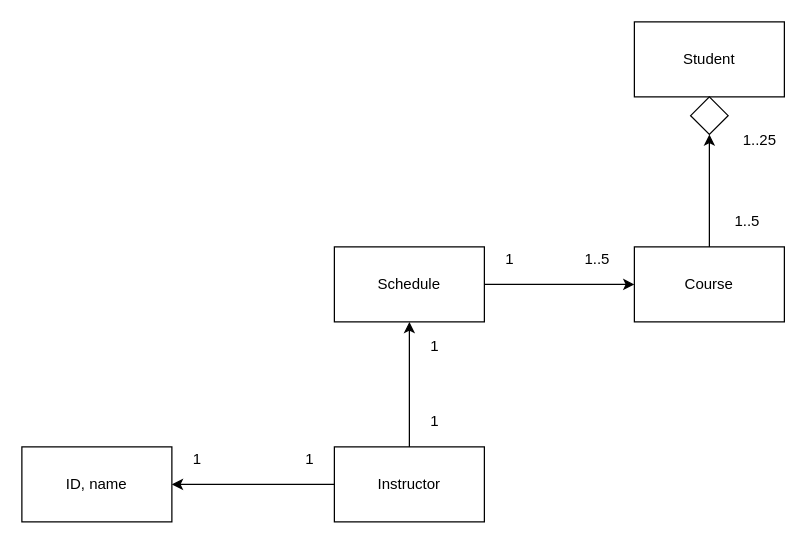
Above: page "Instructor" (3 of 4) of class_diagrams.drawio in peterklem/CURSE (draw.io), before the change. Source tidied: cells renumbered, new cells numbered last; positions are measured from the earlier drawing's top-left corner, leaving out a move shared by most shapes. Both pictures are drawn from the tidied source at 125%, with x=0, y=0 at pixel (21, 21).
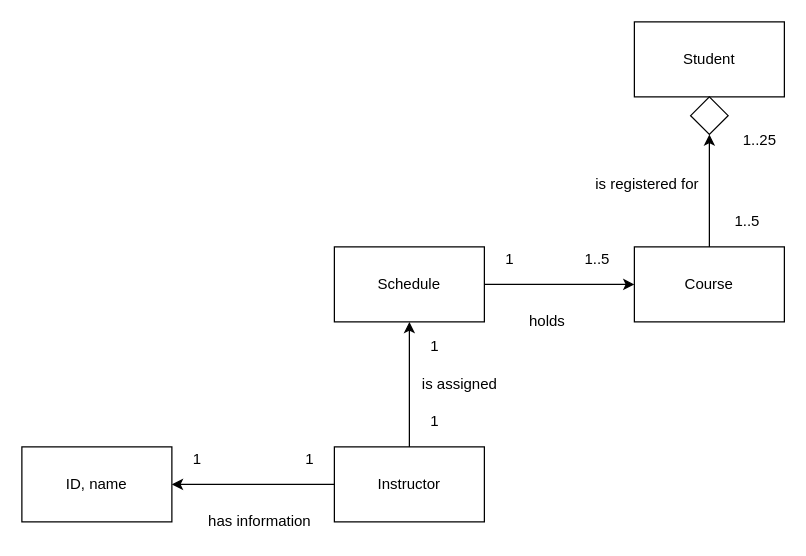
The same page after the edit.

Change to the diagram source:
```diff
@@
+    <mxCell id="20" value="has information" style="text;html=1;align=center;verticalAlign=middle;" parent="1" vertex="1">
+      <mxGeometry x="140" y="390" width="100" height="20" as="geometry" />
+    </mxCell>
+    <mxCell id="21" value="is assigned" style="text;html=1;align=center;verticalAlign=middle;" parent="1" vertex="1">
+      <mxGeometry x="310" y="280" width="80" height="20" as="geometry" />
+    </mxCell>
+    <mxCell id="22" value="holds" style="text;html=1;align=center;verticalAlign=middle;" parent="1" vertex="1">
+      <mxGeometry x="400" y="230" width="40" height="20" as="geometry" />
+    </mxCell>
+    <mxCell id="23" value="is registered for" style="text;html=1;align=center;verticalAlign=middle;" parent="1" vertex="1">
+      <mxGeometry x="450" y="120" width="100" height="20" as="geometry" />
+    </mxCell>
```
